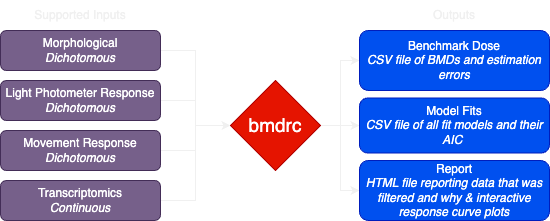
The draw.io diagram bmdrc.png in PNNL-CompBio/bmdrc, before a commit. Source tidied: cells renumbered, new cells last; positions are measured from the earlier drawing's top-left corner, leaving out a move shared by most shapes.
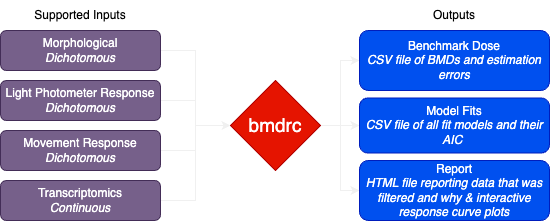
Later version of the same file.

The edit, as a diff of the source:
```diff
@@ -41,7 +41,7 @@
     <mxCell id="14" value="&lt;font style=&quot;font-size: 19px;&quot;&gt;bmdrc&lt;/font&gt;" style="rhombus;whiteSpace=wrap;html=1;fillColor=#e51400;fontColor=#ffffff;strokeColor=#B20000;" parent="1" vertex="1">
       <mxGeometry x="230" y="80" width="90" height="90" as="geometry" />
     </mxCell>
-    <mxCell id="15" value="Supported Inputs" style="text;html=1;strokeColor=none;fillColor=none;align=center;verticalAlign=middle;whiteSpace=wrap;rounded=0;" parent="1" vertex="1">
+    <mxCell id="15" value="&lt;font color=&quot;#000000&quot;&gt;Supported Inputs&lt;/font&gt;" style="text;html=1;align=center;verticalAlign=middle;whiteSpace=wrap;rounded=0;" parent="1" vertex="1">
       <mxGeometry x="30" width="100" height="30" as="geometry" />
     </mxCell>
     <mxCell id="16" value="Benchmark Dose&lt;br&gt;&lt;i&gt;CSV file of BMDs and estimation errors&lt;/i&gt;" style="rounded=1;whiteSpace=wrap;html=1;fontSize=12;glass=0;strokeWidth=1;shadow=0;fillColor=#0050ef;fontColor=#ffffff;strokeColor=#001DBC;" parent="1" vertex="1">
@@ -53,7 +53,7 @@
     <mxCell id="18" value="Report&lt;br&gt;&lt;i&gt;HTML file reporting data that was filtered and why &amp;amp; interactive response curve plots&lt;/i&gt;" style="rounded=1;whiteSpace=wrap;html=1;fontSize=12;glass=0;strokeWidth=1;shadow=0;fillColor=#0050ef;fontColor=#ffffff;strokeColor=#001DBC;" parent="1" vertex="1">
       <mxGeometry x="359" y="160" width="190" height="60" as="geometry" />
     </mxCell>
-    <mxCell id="19" value="Outputs" style="text;html=1;strokeColor=none;fillColor=none;align=center;verticalAlign=middle;whiteSpace=wrap;rounded=0;" parent="1" vertex="1">
+    <mxCell id="19" value="&lt;font color=&quot;#000000&quot;&gt;Outputs&lt;/font&gt;" style="text;html=1;strokeColor=none;fillColor=none;align=center;verticalAlign=middle;whiteSpace=wrap;rounded=0;" parent="1" vertex="1">
       <mxGeometry x="389" width="130" height="30" as="geometry" />
     </mxCell>
   </root>
```
